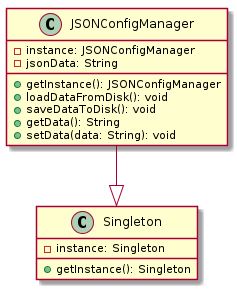
Before: UML/Singleton/configuration.singleton.png, a diagram exported from PlantUML (project-survivor/documentation).
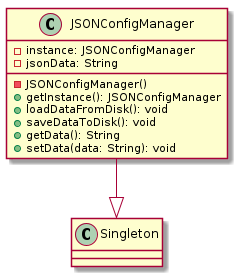
The same file after the commit.

Commit message:
bot(ci): add generated PNG files from .plantuml diagrams

Change to the diagram source:
```diff
@@ -1,14 +1,10 @@
 @startuml
 hide footbox
-
-class Singleton {
-    -instance: Singleton
-    +getInstance(): Singleton
-}
 
 class JSONConfigManager {
     -instance: JSONConfigManager
     -jsonData: String
+    -JSONConfigManager()
     +getInstance(): JSONConfigManager
     +loadDataFromDisk(): void
     +saveDataToDisk(): void
```
